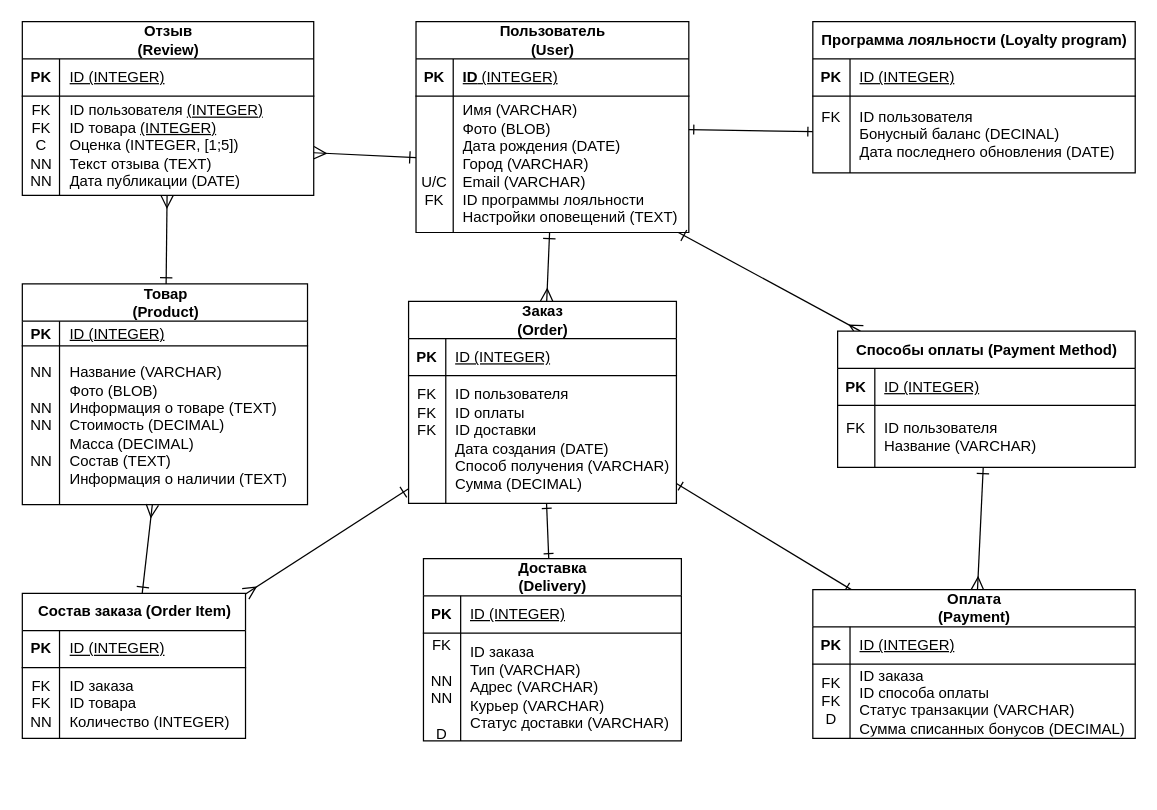
Above: LW1 (PDM).drawio in epolyanskiy/ITMO-DBD (draw.io), before the change. Source tidied: cells renumbered, new cells numbered last; positions are measured from the earlier drawing's top-left corner, leaving out a move shared by most shapes. Both pictures are drawn from the tidied source at 124%, with x=0, y=0 at pixel (21, 21).
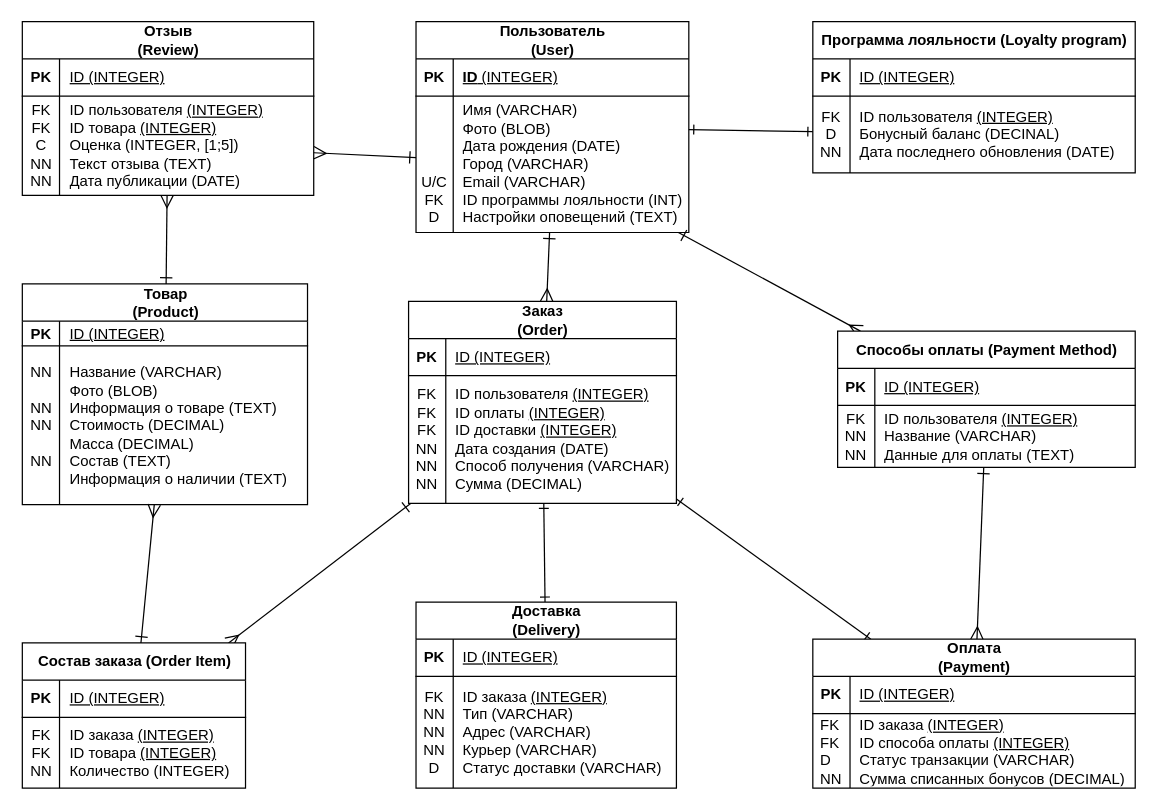
The same page after the edit.

Unchanged cells that the change refers to:
```xml
<mxCell id="16" style="shape=tableRow;horizontal=0;startSize=0;swimlaneHead=0;swimlaneBody=0;fillColor=none;points=[[0,0.5],[1,0.5]];portConstraint=eastwest;top=0;left=0;right=0;bottom=0;" parent="12" vertex="1">
  <mxGeometry y="60" width="220" height="110" as="geometry" />
</mxCell>
<mxCell id="23" style="shape=tableRow;horizontal=0;startSize=0;swimlaneHead=0;swimlaneBody=0;fillColor=none;points=[[0,0.5],[1,0.5]];portConstraint=eastwest;top=0;left=0;right=0;bottom=0;" parent="19" vertex="1">
  <mxGeometry y="60" width="260" height="62" as="geometry" />
</mxCell>
<mxCell id="30" style="shape=tableRow;horizontal=0;startSize=0;swimlaneHead=0;swimlaneBody=0;fillColor=none;top=0;left=0;right=0;bottom=0;" parent="26" vertex="1">
  <mxGeometry y="60" width="240" height="50" as="geometry" />
</mxCell>
<mxCell id="37" style="shape=tableRow;horizontal=0;startSize=0;swimlaneHead=0;swimlaneBody=0;fillColor=none;top=0;left=0;right=0;bottom=0;" parent="33" vertex="1">
  <mxGeometry y="60" width="180" height="57" as="geometry" />
</mxCell>
<mxCell id="51" style="shape=tableRow;horizontal=0;startSize=0;swimlaneHead=0;swimlaneBody=0;fillColor=none;top=0;left=0;right=0;bottom=0;" parent="47" vertex="1">
  <mxGeometry y="60" width="260" height="60" as="geometry" />
</mxCell>
<mxCell id="58" style="shape=tableRow;horizontal=0;startSize=0;swimlaneHead=0;swimlaneBody=0;fillColor=none;top=0;left=0;right=0;bottom=0;" parent="54" vertex="1">
  <mxGeometry y="60" width="216" height="103" as="geometry" />
</mxCell>
```

Diff of the diagram source:
```diff
@@
-    <mxCell id="17" value="&lt;div&gt;&lt;br&gt;&lt;/div&gt;&lt;div&gt;&lt;br&gt;&lt;/div&gt;&lt;div&gt;&lt;br&gt;&lt;/div&gt;&lt;div&gt;U/С&lt;/div&gt;&lt;div&gt;FK&lt;br&gt;&lt;/div&gt;" style="shape=partialRectangle;fillColor=none;top=0;left=0;bottom=0;right=0;overflow=hidden;whiteSpace=wrap;html=1;" parent="16" vertex="1">
+    <mxCell id="17" value="&lt;div&gt;&lt;br&gt;&lt;/div&gt;&lt;div&gt;&lt;br&gt;&lt;/div&gt;&lt;div&gt;&lt;br&gt;&lt;/div&gt;&lt;div&gt;&lt;br&gt;&lt;/div&gt;&lt;div&gt;U/C&lt;/div&gt;&lt;div&gt;FK&lt;/div&gt;&lt;div&gt;D&lt;/div&gt;" style="shape=partialRectangle;fillColor=none;top=0;left=0;bottom=0;right=0;overflow=hidden;whiteSpace=wrap;html=1;" parent="16" vertex="1">
       <mxGeometry width="30" height="110" as="geometry" />
     </mxCell>
-    <mxCell id="18" value="&lt;div style=&quot;white-space: nowrap;&quot;&gt;Имя (VARCHAR)&lt;/div&gt;&lt;div style=&quot;white-space: nowrap;&quot;&gt;Фото (BLOB)&lt;/div&gt;&lt;div style=&quot;white-space: nowrap;&quot;&gt;Дата рождения (DATE)&lt;/div&gt;&lt;div style=&quot;white-space: nowrap;&quot;&gt;Город (VARCHAR)&lt;/div&gt;&lt;div style=&quot;white-space: nowrap;&quot;&gt;Email (VARCHAR)&lt;/div&gt;&lt;div style=&quot;white-space: nowrap;&quot;&gt;ID программы лояльности&lt;/div&gt;&lt;div style=&quot;white-space: nowrap;&quot;&gt;Настройки оповещений (TEXT)&lt;/div&gt;" style="shape=partialRectangle;fillColor=none;top=0;left=0;bottom=0;right=0;align=left;spacingLeft=6;overflow=hidden;whiteSpace=wrap;html=1;" parent="16" vertex="1">
+    <mxCell id="18" value="&lt;div style=&quot;white-space: nowrap;&quot;&gt;Имя (VARCHAR)&lt;/div&gt;&lt;div style=&quot;white-space: nowrap;&quot;&gt;Фото (BLOB)&lt;/div&gt;&lt;div style=&quot;white-space: nowrap;&quot;&gt;Дата рождения (DATE)&lt;/div&gt;&lt;div style=&quot;white-space: nowrap;&quot;&gt;Город (VARCHAR)&lt;/div&gt;&lt;div style=&quot;white-space: nowrap;&quot;&gt;Email (VARCHAR)&lt;/div&gt;&lt;div style=&quot;white-space: nowrap;&quot;&gt;ID программы лояльности (INT)&lt;/div&gt;&lt;div style=&quot;white-space: nowrap;&quot;&gt;Настройки оповещений (TEXT)&lt;/div&gt;" style="shape=partialRectangle;fillColor=none;top=0;left=0;bottom=0;right=0;align=left;spacingLeft=6;overflow=hidden;whiteSpace=wrap;html=1;" parent="16" vertex="1">
       <mxGeometry x="30" width="190" height="110" as="geometry" />
     </mxCell>
@@
-    <mxCell id="24" value="FK&lt;div&gt;&lt;br&gt;&lt;/div&gt;&lt;div&gt;&lt;br&gt;&lt;/div&gt;" style="shape=partialRectangle;fillColor=none;top=0;left=0;bottom=0;right=0;overflow=hidden;whiteSpace=wrap;html=1;" parent="23" vertex="1">
+    <mxCell id="24" value="FK&lt;div&gt;D&lt;/div&gt;&lt;div&gt;NN&lt;/div&gt;" style="shape=partialRectangle;fillColor=none;top=0;left=0;bottom=0;right=0;overflow=hidden;whiteSpace=wrap;html=1;" parent="23" vertex="1">
       <mxGeometry width="30" height="62" as="geometry" />
     </mxCell>
-    <mxCell id="25" value="&lt;span style=&quot;white-space: nowrap;&quot;&gt;ID пользователя&amp;nbsp;&lt;/span&gt;&lt;br style=&quot;white-space: nowrap;&quot;&gt;&lt;span style=&quot;white-space: nowrap;&quot;&gt;Бонусный баланс (DECINAL)&lt;/span&gt;&lt;br style=&quot;white-space: nowrap;&quot;&gt;&lt;span style=&quot;white-space: nowrap;&quot;&gt;Дата последнего обновления (DATE)&lt;/span&gt;" style="shape=partialRectangle;fillColor=none;top=0;left=0;bottom=0;right=0;align=left;spacingLeft=6;overflow=hidden;whiteSpace=wrap;html=1;" parent="23" vertex="1">
+    <mxCell id="25" value="&lt;span style=&quot;white-space: nowrap;&quot;&gt;ID пользователя&amp;nbsp;&lt;/span&gt;&lt;span style=&quot;white-space: nowrap; text-decoration: underline;&quot;&gt;(INTEGER)&lt;/span&gt;&lt;br style=&quot;white-space: nowrap;&quot;&gt;&lt;span style=&quot;white-space: nowrap;&quot;&gt;Бонусный баланс (DECINAL)&lt;/span&gt;&lt;br style=&quot;white-space: nowrap;&quot;&gt;&lt;span style=&quot;white-space: nowrap;&quot;&gt;Дата последнего обновления (DATE)&lt;/span&gt;" style="shape=partialRectangle;fillColor=none;top=0;left=0;bottom=0;right=0;align=left;spacingLeft=6;overflow=hidden;whiteSpace=wrap;html=1;" parent="23" vertex="1">
       <mxGeometry x="30" width="230" height="62" as="geometry" />
     </mxCell>
@@
-    <mxCell id="31" value="FK&lt;div&gt;&lt;br&gt;&lt;/div&gt;" style="shape=partialRectangle;fillColor=none;top=0;left=0;bottom=0;right=0;overflow=hidden;whiteSpace=wrap;html=1;" parent="30" vertex="1">
+    <mxCell id="31" value="FK&lt;div&gt;NN&lt;/div&gt;&lt;div&gt;NN&lt;/div&gt;" style="shape=partialRectangle;fillColor=none;top=0;left=0;bottom=0;right=0;overflow=hidden;whiteSpace=wrap;html=1;" parent="30" vertex="1">
       <mxGeometry width="30" height="50" as="geometry" />
     </mxCell>
-    <mxCell id="32" value="&lt;span style=&quot;white-space: nowrap;&quot;&gt;ID пользователя&lt;/span&gt;&lt;br style=&quot;white-space: nowrap;&quot;&gt;&lt;span style=&quot;white-space: nowrap;&quot;&gt;Название (VARCHAR)&lt;/span&gt;" style="shape=partialRectangle;fillColor=none;top=0;left=0;bottom=0;right=0;align=left;spacingLeft=6;overflow=hidden;whiteSpace=wrap;html=1;" parent="30" vertex="1">
+    <mxCell id="32" value="&lt;span style=&quot;white-space: nowrap;&quot;&gt;ID пользователя&amp;nbsp;&lt;/span&gt;&lt;span style=&quot;white-space: nowrap; text-decoration: underline;&quot;&gt;(INTEGER)&lt;/span&gt;&lt;br style=&quot;white-space: nowrap;&quot;&gt;&lt;span style=&quot;white-space: nowrap;&quot;&gt;Название (VARCHAR)&lt;/span&gt;&lt;div&gt;&lt;span style=&quot;text-wrap-mode: nowrap;&quot;&gt;Данные для оплаты (TEXT)&lt;/span&gt;&lt;/div&gt;" style="shape=partialRectangle;fillColor=none;top=0;left=0;bottom=0;right=0;align=left;spacingLeft=6;overflow=hidden;whiteSpace=wrap;html=1;" parent="30" vertex="1">
       <mxGeometry x="30" width="210" height="50" as="geometry" />
     </mxCell>
     <mxCell id="33" value="&lt;b&gt;Состав заказа (Order Item)&lt;/b&gt;" style="shape=table;startSize=30;childLayout=tableLayout;rowLines=0;align=center;html=1;" parent="1" vertex="1">
-      <mxGeometry x="0.5" y="461" width="180" height="117" as="geometry" />
+      <mxGeometry x="0.5" y="501" width="180" height="117" as="geometry" />
     </mxCell>
@@
-    <mxCell id="39" value="&lt;span style=&quot;white-space: nowrap;&quot;&gt;ID заказа&lt;/span&gt;&lt;div&gt;&lt;span style=&quot;white-space: nowrap;&quot;&gt;ID товара&lt;/span&gt;&lt;br style=&quot;white-space: nowrap;&quot;&gt;&lt;span style=&quot;white-space: nowrap;&quot;&gt;Количество (INTEGER)&lt;/span&gt;&lt;/div&gt;" style="shape=partialRectangle;fillColor=none;top=0;left=0;bottom=0;right=0;align=left;spacingLeft=6;overflow=hidden;whiteSpace=wrap;html=1;" parent="37" vertex="1">
+    <mxCell id="39" value="&lt;span style=&quot;white-space: nowrap;&quot;&gt;ID заказа&amp;nbsp;&lt;/span&gt;&lt;span style=&quot;white-space: nowrap; text-decoration: underline;&quot;&gt;(INTEGER)&lt;/span&gt;&lt;div&gt;&lt;span style=&quot;white-space: nowrap;&quot;&gt;ID товара&amp;nbsp;&lt;/span&gt;&lt;span style=&quot;white-space: nowrap; text-decoration: underline;&quot;&gt;(INTEGER)&lt;/span&gt;&lt;br style=&quot;white-space: nowrap;&quot;&gt;&lt;span style=&quot;white-space: nowrap;&quot;&gt;Количество (INTEGER)&lt;/span&gt;&lt;/div&gt;" style="shape=partialRectangle;fillColor=none;top=0;left=0;bottom=0;right=0;align=left;spacingLeft=6;overflow=hidden;whiteSpace=wrap;html=1;" parent="37" vertex="1">
       <mxGeometry x="30" width="150" height="57" as="geometry" />
     </mxCell>
-    <mxCell id="40" value="&lt;span style=&quot;white-space: normal;&quot;&gt;Доставка (Delivery)&lt;/span&gt;" style="shape=table;startSize=30;childLayout=tableLayout;rowLines=0;fontStyle=1;align=center;html=1;" parent="1" vertex="1">
-      <mxGeometry x="324" y="433" width="208" height="147" as="geometry" />
-    </mxCell>
-    <mxCell id="41" style="shape=tableRow;horizontal=0;startSize=0;swimlaneHead=0;swimlaneBody=0;fillColor=none;top=0;left=0;right=0;bottom=1;" parent="40" vertex="1">
-      <mxGeometry y="30" width="208" height="30" as="geometry" />
-    </mxCell>
-    <mxCell id="42" value="PK" style="shape=partialRectangle;fillColor=none;top=0;left=0;bottom=0;right=0;fontStyle=1;overflow=hidden;whiteSpace=wrap;html=1;" parent="41" vertex="1">
-      <mxGeometry width="30" height="30" as="geometry" />
-    </mxCell>
-    <mxCell id="43" value="&lt;span style=&quot;font-weight: 400; white-space: nowrap; text-decoration: none;&quot;&gt;ID (INTEGER)&lt;/span&gt;" style="shape=partialRectangle;fillColor=none;top=0;left=0;bottom=0;right=0;align=left;spacingLeft=6;fontStyle=5;overflow=hidden;whiteSpace=wrap;html=1;" parent="41" vertex="1">
-      <mxGeometry x="30" width="178" height="30" as="geometry" />
-    </mxCell>
-    <mxCell id="44" style="shape=tableRow;horizontal=0;startSize=0;swimlaneHead=0;swimlaneBody=0;fillColor=none;top=0;left=0;right=0;bottom=0;" parent="40" vertex="1">
-      <mxGeometry y="60" width="208" height="87" as="geometry" />
-    </mxCell>
-    <mxCell id="45" value="FK&lt;div&gt;&lt;br&gt;&lt;/div&gt;&lt;div&gt;NN&lt;/div&gt;&lt;div&gt;NN&lt;/div&gt;&lt;div&gt;&lt;br&gt;&lt;/div&gt;&lt;div&gt;D&lt;/div&gt;&lt;div&gt;&lt;br&gt;&lt;/div&gt;&lt;div&gt;&lt;br&gt;&lt;/div&gt;&lt;div&gt;&lt;br&gt;&lt;/div&gt;" style="shape=partialRectangle;fillColor=none;top=0;left=0;bottom=0;right=0;overflow=hidden;whiteSpace=wrap;html=1;" parent="44" vertex="1">
-      <mxGeometry width="30" height="87" as="geometry" />
-    </mxCell>
-    <mxCell id="46" value="&lt;span style=&quot;white-space: nowrap;&quot;&gt;ID заказа&lt;/span&gt;&lt;br style=&quot;white-space: nowrap;&quot;&gt;&lt;span style=&quot;white-space: nowrap;&quot;&gt;Тип (VARCHAR)&lt;/span&gt;&lt;br style=&quot;white-space: nowrap;&quot;&gt;&lt;span style=&quot;white-space: nowrap;&quot;&gt;Адрес (VARCHAR)&lt;/span&gt;&lt;br style=&quot;white-space: nowrap;&quot;&gt;&lt;span style=&quot;white-space: nowrap;&quot;&gt;Курьер (VARCHAR)&lt;/span&gt;&lt;br style=&quot;white-space: nowrap;&quot;&gt;&lt;span style=&quot;white-space: nowrap;&quot;&gt;Статус доставки (VARCHAR)&lt;/span&gt;" style="shape=partialRectangle;fillColor=none;top=0;left=0;bottom=0;right=0;align=left;spacingLeft=6;overflow=hidden;whiteSpace=wrap;html=1;" parent="44" vertex="1">
-      <mxGeometry x="30" width="178" height="87" as="geometry" />
-    </mxCell>
     <mxCell id="47" value="&lt;span style=&quot;white-space: normal;&quot;&gt;Оплата (Payment)&lt;/span&gt;" style="shape=table;startSize=30;childLayout=tableLayout;rowLines=0;fontStyle=1;align=center;html=1;" parent="1" vertex="1">
-      <mxGeometry x="638" y="458" width="260" height="120" as="geometry" />
+      <mxGeometry x="638" y="498" width="260" height="120" as="geometry" />
     </mxCell>
@@
-    <mxCell id="52" value="&lt;span style=&quot;caret-color: rgb(0, 0, 0); color: rgb(0, 0, 0); font-family: Helvetica; font-size: 12px; font-style: normal; font-variant-caps: normal; letter-spacing: normal; text-align: left; text-indent: 0px; text-transform: none; white-space: nowrap; word-spacing: 0px; -webkit-text-stroke-width: 0px; text-decoration: none;&quot;&gt;FK&lt;/span&gt;&lt;div&gt;&lt;span style=&quot;caret-color: rgb(0, 0, 0); color: rgb(0, 0, 0); font-family: Helvetica; font-size: 12px; font-style: normal; font-variant-caps: normal; letter-spacing: normal; text-align: left; text-indent: 0px; text-transform: none; white-space: nowrap; word-spacing: 0px; -webkit-text-stroke-width: 0px; text-decoration: none;&quot;&gt;FK&lt;/span&gt;&lt;/div&gt;&lt;div&gt;&lt;span style=&quot;caret-color: rgb(0, 0, 0); color: rgb(0, 0, 0); font-family: Helvetica; font-size: 12px; font-style: normal; font-variant-caps: normal; letter-spacing: normal; text-align: left; text-indent: 0px; text-transform: none; white-space: nowrap; word-spacing: 0px; -webkit-text-stroke-width: 0px; text-decoration: none;&quot;&gt;D&lt;br&gt;&lt;/span&gt;&lt;div&gt;&lt;span style=&quot;caret-color: rgb(0, 0, 0); color: rgb(0, 0, 0); font-family: Helvetica; font-size: 12px; font-style: normal; font-variant-caps: normal; letter-spacing: normal; text-align: left; text-indent: 0px; text-transform: none; white-space: nowrap; word-spacing: 0px; -webkit-text-stroke-width: 0px; text-decoration: none;&quot;&gt;&lt;/span&gt;&lt;/div&gt;&lt;/div&gt;" style="shape=partialRectangle;fillColor=none;top=0;left=0;bottom=0;right=0;overflow=hidden;whiteSpace=wrap;html=1;fontStyle=0;" parent="51" vertex="1">
+    <mxCell id="52" value="&lt;div style=&quot;text-align: left;&quot;&gt;&lt;font color=&quot;#000000&quot;&gt;&lt;span style=&quot;caret-color: rgb(0, 0, 0); text-wrap-mode: nowrap;&quot;&gt;FK&lt;/span&gt;&lt;/font&gt;&lt;/div&gt;&lt;div style=&quot;text-align: left;&quot;&gt;&lt;font color=&quot;#000000&quot;&gt;&lt;span style=&quot;caret-color: rgb(0, 0, 0); text-wrap-mode: nowrap;&quot;&gt;FK&lt;/span&gt;&lt;/font&gt;&lt;/div&gt;&lt;div style=&quot;text-align: left;&quot;&gt;&lt;font color=&quot;#000000&quot;&gt;&lt;span style=&quot;caret-color: rgb(0, 0, 0); text-wrap-mode: nowrap;&quot;&gt;D&lt;/span&gt;&lt;/font&gt;&lt;/div&gt;&lt;div style=&quot;text-align: left;&quot;&gt;&lt;font color=&quot;#000000&quot;&gt;&lt;span style=&quot;caret-color: rgb(0, 0, 0); text-wrap-mode: nowrap;&quot;&gt;NN&lt;/span&gt;&lt;/font&gt;&lt;/div&gt;" style="shape=partialRectangle;fillColor=none;top=0;left=0;bottom=0;right=0;overflow=hidden;whiteSpace=wrap;html=1;fontStyle=0;" parent="51" vertex="1">
       <mxGeometry width="30" height="60" as="geometry" />
     </mxCell>
-    <mxCell id="53" value="&lt;span style=&quot;white-space: nowrap;&quot;&gt;ID заказа&lt;/span&gt;&lt;br style=&quot;white-space: nowrap;&quot;&gt;&lt;span style=&quot;white-space: nowrap;&quot;&gt;ID способа оплаты&lt;/span&gt;&lt;br style=&quot;white-space: nowrap;&quot;&gt;&lt;span style=&quot;white-space: nowrap;&quot;&gt;Статус транзакции (VARCHAR)&lt;/span&gt;&lt;br style=&quot;white-space: nowrap;&quot;&gt;&lt;span style=&quot;white-space: nowrap;&quot;&gt;Сумма списанных бонусов (DECIMAL)&lt;/span&gt;" style="shape=partialRectangle;fillColor=none;top=0;left=0;bottom=0;right=0;align=left;spacingLeft=6;overflow=hidden;whiteSpace=wrap;html=1;" parent="51" vertex="1">
+    <mxCell id="53" value="&lt;span style=&quot;white-space: nowrap;&quot;&gt;ID заказа&amp;nbsp;&lt;/span&gt;&lt;span style=&quot;white-space: nowrap; text-decoration: underline;&quot;&gt;(INTEGER)&lt;/span&gt;&lt;br style=&quot;white-space: nowrap;&quot;&gt;&lt;span style=&quot;white-space: nowrap;&quot;&gt;ID способа оплаты&amp;nbsp;&lt;/span&gt;&lt;span style=&quot;white-space: nowrap; text-decoration: underline;&quot;&gt;(INTEGER)&lt;/span&gt;&lt;br style=&quot;white-space: nowrap;&quot;&gt;&lt;span style=&quot;white-space: nowrap;&quot;&gt;Статус транзакции (VARCHAR)&lt;/span&gt;&lt;br style=&quot;white-space: nowrap;&quot;&gt;&lt;span style=&quot;white-space: nowrap;&quot;&gt;Сумма списанных бонусов (DECIMAL)&lt;/span&gt;" style="shape=partialRectangle;fillColor=none;top=0;left=0;bottom=0;right=0;align=left;spacingLeft=6;overflow=hidden;whiteSpace=wrap;html=1;" parent="51" vertex="1">
       <mxGeometry x="30" width="230" height="60" as="geometry" />
     </mxCell>
@@
-    <mxCell id="59" value="FK&lt;div&gt;FK&lt;/div&gt;&lt;div&gt;FK&lt;/div&gt;&lt;div&gt;&lt;br&gt;&lt;/div&gt;&lt;div&gt;&lt;br&gt;&lt;/div&gt;&lt;div&gt;&lt;br&gt;&lt;/div&gt;" style="shape=partialRectangle;fillColor=none;top=0;left=0;bottom=0;right=0;overflow=hidden;whiteSpace=wrap;html=1;" parent="58" vertex="1">
+    <mxCell id="59" value="FK&lt;div&gt;FK&lt;/div&gt;&lt;div&gt;FK&lt;/div&gt;&lt;div&gt;NN&lt;/div&gt;&lt;div&gt;NN&lt;/div&gt;&lt;div&gt;NN&lt;/div&gt;" style="shape=partialRectangle;fillColor=none;top=0;left=0;bottom=0;right=0;overflow=hidden;whiteSpace=wrap;html=1;" parent="58" vertex="1">
       <mxGeometry width="30" height="103" as="geometry" />
     </mxCell>
-    <mxCell id="60" value="&lt;span style=&quot;white-space: nowrap;&quot;&gt;ID пользователя&lt;/span&gt;&lt;div style=&quot;white-space: nowrap;&quot;&gt;ID оплаты&lt;/div&gt;&lt;div style=&quot;white-space: nowrap;&quot;&gt;ID доставки&lt;br&gt;Дата создания (DATE)&lt;br&gt;Способ получения (VARCHAR)&lt;br&gt;Сумма (DECIMAL)&lt;/div&gt;" style="shape=partialRectangle;fillColor=none;top=0;left=0;bottom=0;right=0;align=left;spacingLeft=6;overflow=hidden;whiteSpace=wrap;html=1;" parent="58" vertex="1">
+    <mxCell id="60" value="&lt;span style=&quot;white-space: nowrap;&quot;&gt;ID пользователя&amp;nbsp;&lt;/span&gt;&lt;span style=&quot;white-space: nowrap; text-decoration: underline;&quot;&gt;(INTEGER)&lt;/span&gt;&lt;div style=&quot;white-space: nowrap;&quot;&gt;ID оплаты&amp;nbsp;&lt;span style=&quot;text-decoration: underline;&quot;&gt;(INTEGER)&lt;/span&gt;&lt;/div&gt;&lt;div style=&quot;white-space: nowrap;&quot;&gt;ID доставки&amp;nbsp;&lt;span style=&quot;text-decoration: underline;&quot;&gt;(INTEGER)&lt;/span&gt;&lt;br&gt;Дата создания (DATE)&lt;br&gt;Способ получения (VARCHAR)&lt;br&gt;Сумма (DECIMAL)&lt;/div&gt;" style="shape=partialRectangle;fillColor=none;top=0;left=0;bottom=0;right=0;align=left;spacingLeft=6;overflow=hidden;whiteSpace=wrap;html=1;" parent="58" vertex="1">
       <mxGeometry x="30" width="186" height="103" as="geometry" />
     </mxCell>
@@
+    <mxCell id="40" value="&lt;span style=&quot;white-space: normal;&quot;&gt;Доставка (Delivery)&lt;/span&gt;" style="shape=table;startSize=30;childLayout=tableLayout;rowLines=0;fontStyle=1;align=center;html=1;" parent="1" vertex="1">
+      <mxGeometry x="318" y="468" width="210" height="150" as="geometry" />
+    </mxCell>
+    <mxCell id="41" style="shape=tableRow;horizontal=0;startSize=0;swimlaneHead=0;swimlaneBody=0;fillColor=none;top=0;left=0;right=0;bottom=1;" parent="40" vertex="1">
+      <mxGeometry y="30" width="210" height="30" as="geometry" />
+    </mxCell>
+    <mxCell id="42" value="PK" style="shape=partialRectangle;fillColor=none;top=0;left=0;bottom=0;right=0;fontStyle=1;overflow=hidden;whiteSpace=wrap;html=1;" parent="41" vertex="1">
+      <mxGeometry width="30" height="30" as="geometry" />
+    </mxCell>
+    <mxCell id="43" value="&lt;span style=&quot;font-weight: 400; white-space: nowrap; text-decoration: none;&quot;&gt;ID (INTEGER)&lt;/span&gt;" style="shape=partialRectangle;fillColor=none;top=0;left=0;bottom=0;right=0;align=left;spacingLeft=6;fontStyle=5;overflow=hidden;whiteSpace=wrap;html=1;" parent="41" vertex="1">
+      <mxGeometry x="30" width="180" height="30" as="geometry" />
+    </mxCell>
+    <mxCell id="44" style="shape=tableRow;horizontal=0;startSize=0;swimlaneHead=0;swimlaneBody=0;fillColor=none;top=0;left=0;right=0;bottom=0;" parent="40" vertex="1">
+      <mxGeometry y="60" width="210" height="90" as="geometry" />
+    </mxCell>
+    <mxCell id="45" value="&lt;div&gt;FK&lt;/div&gt;&lt;div&gt;NN&lt;/div&gt;&lt;div&gt;NN&lt;/div&gt;&lt;div&gt;NN&lt;/div&gt;&lt;div&gt;D&lt;/div&gt;" style="shape=partialRectangle;fillColor=none;top=0;left=0;bottom=0;right=0;overflow=hidden;whiteSpace=wrap;html=1;" parent="44" vertex="1">
+      <mxGeometry width="30" height="90" as="geometry" />
+    </mxCell>
+    <mxCell id="46" value="&lt;div&gt;&lt;span style=&quot;white-space: nowrap;&quot;&gt;ID заказа&amp;nbsp;&lt;/span&gt;&lt;span style=&quot;white-space: nowrap; text-decoration: underline;&quot;&gt;(INTEGER)&lt;br&gt;&lt;/span&gt;&lt;span style=&quot;white-space: nowrap;&quot;&gt;Тип (VARCHAR)&lt;/span&gt;&lt;br&gt;&lt;/div&gt;&lt;span style=&quot;white-space: nowrap;&quot;&gt;Адрес (VARCHAR)&lt;/span&gt;&lt;br style=&quot;white-space: nowrap;&quot;&gt;&lt;span style=&quot;white-space: nowrap;&quot;&gt;Курьер (VARCHAR)&lt;/span&gt;&lt;br style=&quot;white-space: nowrap;&quot;&gt;&lt;span style=&quot;white-space: nowrap;&quot;&gt;Статус доставки (VARCHAR)&lt;/span&gt;" style="shape=partialRectangle;fillColor=none;top=0;left=0;bottom=0;right=0;align=left;spacingLeft=6;overflow=hidden;whiteSpace=wrap;html=1;" parent="44" vertex="1">
+      <mxGeometry x="30" width="180" height="90" as="geometry" />
+    </mxCell>
```
